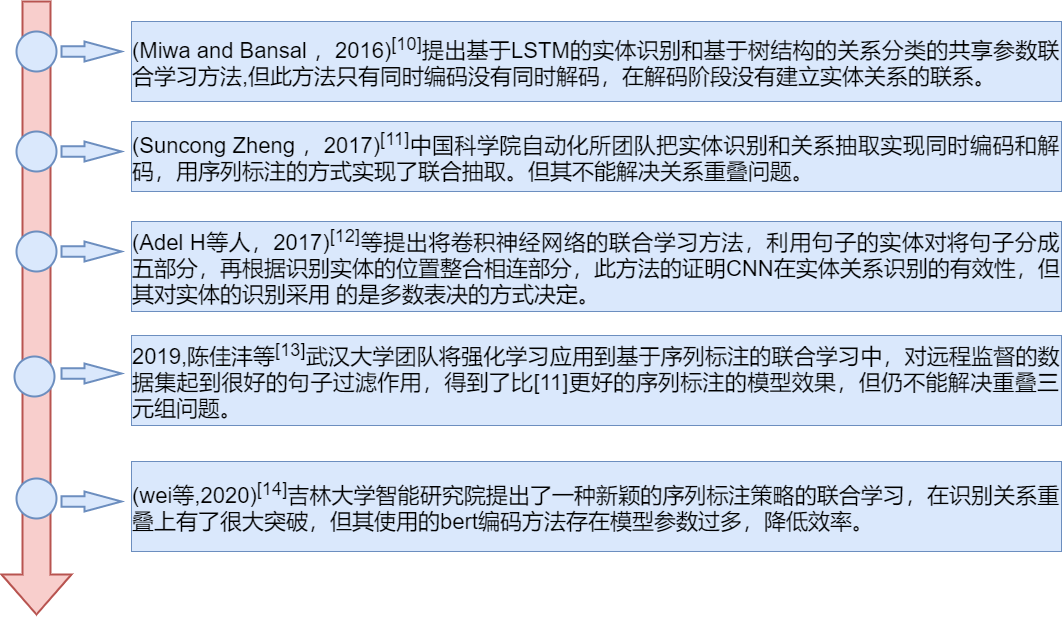
Above: test2.png in bigbigkid/awesome-knowledge-graph (draw.io), before the change. Source tidied: cells renumbered, new cells last; positions are measured from the earlier drawing's top-left corner, leaving out a move shared by most shapes.
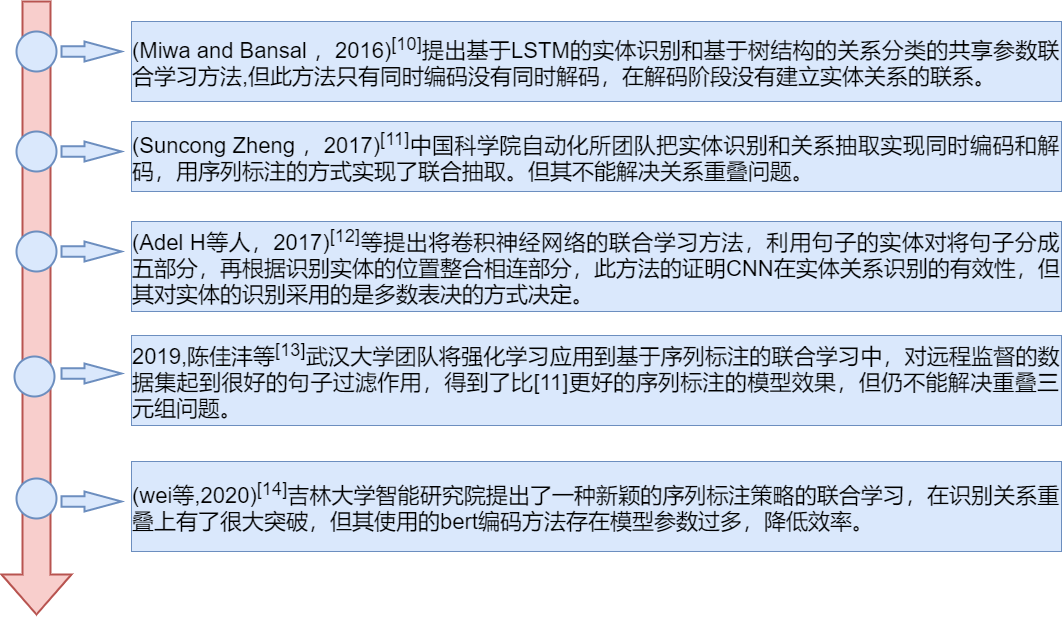
After the commit.

The edit, as a diff of the source:
```diff
@@ -26,7 +26,7 @@
     <mxCell id="9" style="verticalLabelPosition=bottom;verticalAlign=top;html=1;strokeWidth=2;shape=mxgraph.arrows2.arrow;dy=0.47;dx=37;notch=0;fillColor=#dae8fc;strokeColor=#6c8ebf;" parent="1" vertex="1">
       <mxGeometry x="60" y="240" width="60" height="20" as="geometry" />
     </mxCell>
-    <mxCell id="10" value="&lt;div style=&quot;text-align: justify&quot;&gt;&lt;div&gt;&lt;font style=&quot;font-size: 22px&quot;&gt;(Adel H等人，2017)&lt;sup&gt;[12]&lt;/sup&gt;等提出将卷积神经网络的联合学习方法，利用句子的实体对将句子分成五部分，再根据识别实体的位置整合相连部分，此方法的证明CNN在实体关系识别的有效性，但其对实体的识别采用 的是多数表决的方式决定。&lt;/font&gt;&lt;/div&gt;&lt;/div&gt;" style="whiteSpace=wrap;html=1;fillColor=#dae8fc;strokeColor=#6c8ebf;" parent="1" vertex="1">
+    <mxCell id="10" value="&lt;div style=&quot;text-align: justify&quot;&gt;&lt;div&gt;&lt;font style=&quot;font-size: 22px&quot;&gt;(Adel H等人，2017)&lt;sup&gt;[12]&lt;/sup&gt;等提出将卷积神经网络的联合学习方法，利用句子的实体对将句子分成五部分，再根据识别实体的位置整合相连部分，此方法的证明CNN在实体关系识别的有效性，但其对实体的识别采用的是多数表决的方式决定。&lt;/font&gt;&lt;/div&gt;&lt;/div&gt;" style="whiteSpace=wrap;html=1;fillColor=#dae8fc;strokeColor=#6c8ebf;" parent="1" vertex="1">
       <mxGeometry x="130" y="220" width="930" height="90" as="geometry" />
     </mxCell>
     <mxCell id="11" style="strokeWidth=2;html=1;shape=mxgraph.flowchart.start_2;whiteSpace=wrap;fillColor=#dae8fc;strokeColor=#6c8ebf;" parent="1" vertex="1">
```
